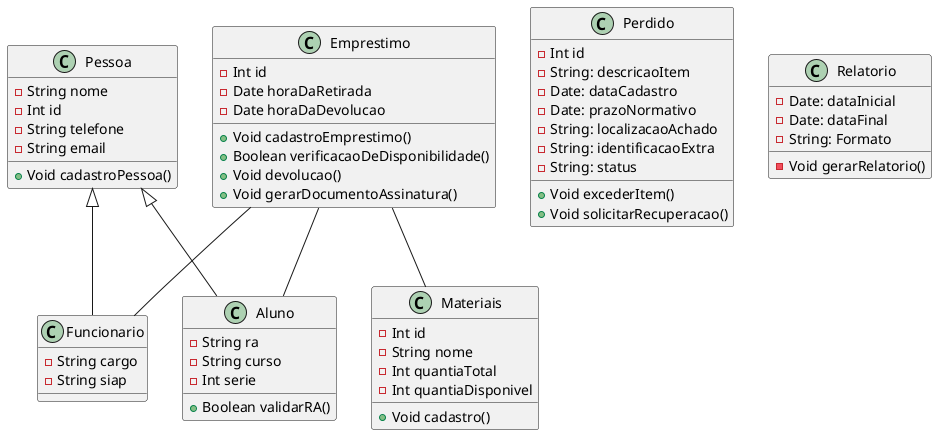
danielalvesmoura/APS-Compartilhado keeps this PlantUML diagram as diagramaDeClasse.png. Above is the earlier version.
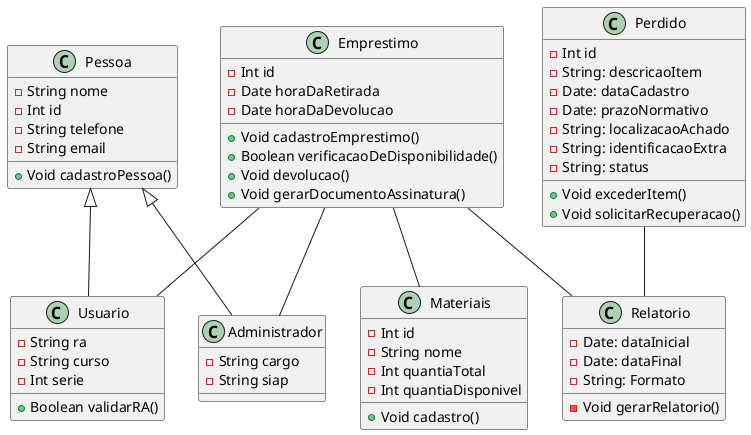
The same diagram one commit later.

Commit message:
Class diagram altered

Change to the diagram source:
```diff
@@ -9,7 +9,7 @@
     +Void cadastroPessoa()
 }
 
-class Aluno {
+class Usuario {
     -String ra
     -String curso
     -Int serie
@@ -17,7 +17,7 @@
     +Boolean validarRA()
 }
 
-class Funcionario {
+class Administrador {
     -String cargo
     -String siap
 }
@@ -62,11 +62,12 @@
 }
 
 
-Pessoa <|-- Aluno
-Pessoa <|-- Funcionario
+Pessoa <|-- Usuario
+Pessoa <|-- Administrador
 Emprestimo -- Materiais
-Emprestimo -- Aluno
-Emprestimo -- Funcionario
-
+Emprestimo -- Usuario
+Emprestimo -- Administrador
+Perdido -- Relatorio
+Emprestimo -- Relatorio
 
 @enduml
```
